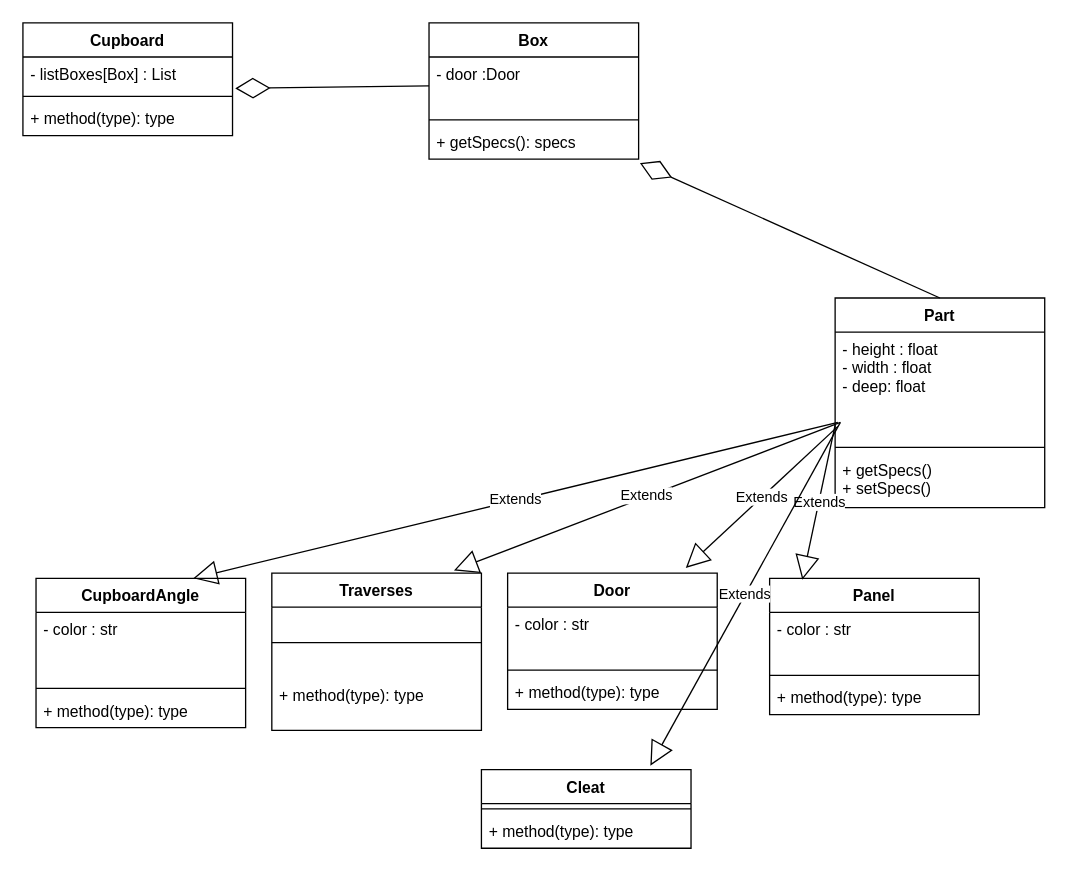
The draw.io diagram DiagrammeClasseKitbox.drawio in QuentinSoffie/kitbox, before the edit. Source tidied: cells renumbered, new cells numbered last; positions are measured from the earlier drawing's top-left corner, leaving out a move shared by most shapes. Both pictures are drawn from the tidied source at 131%, with x=0, y=0 at pixel (22, 22).
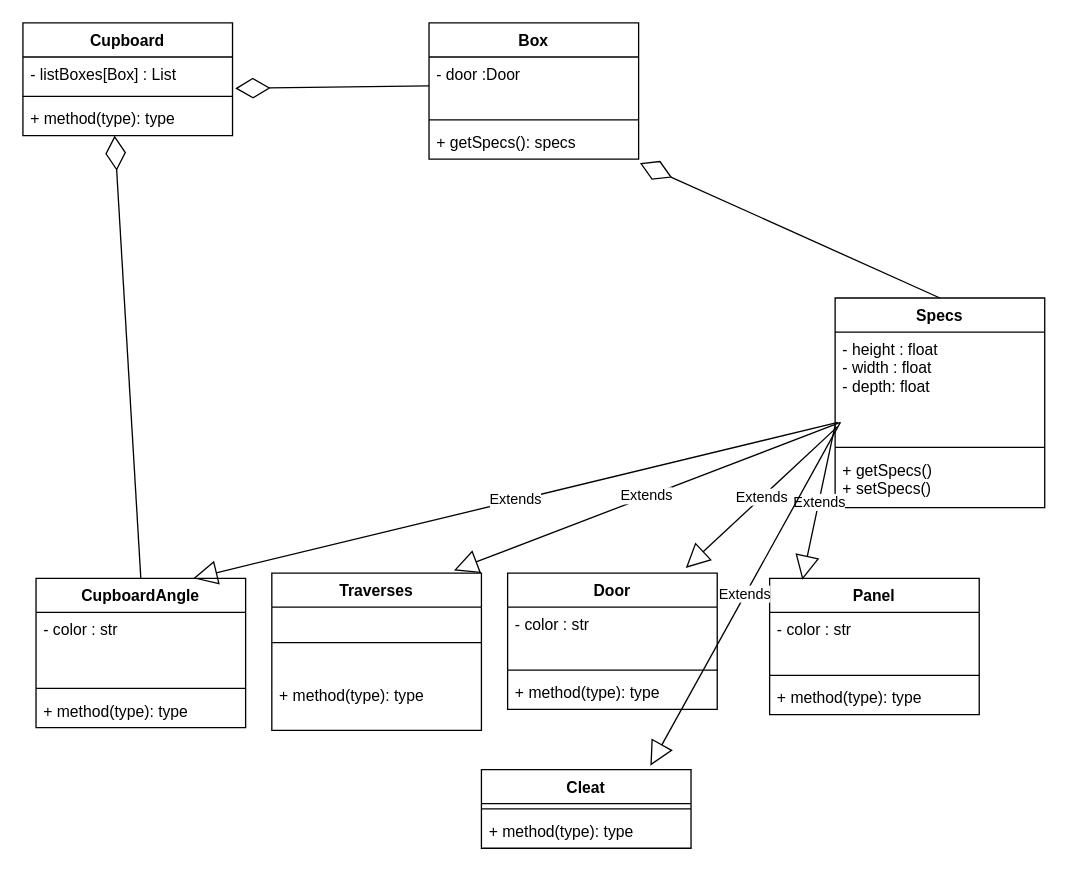
After the change.

Unchanged cells that the change refers to:
```xml
<mxCell id="21" value="CupboardAngle" style="swimlane;fontStyle=1;align=center;verticalAlign=top;horizontal=1;startSize=26;" parent="1" vertex="1">
  <mxGeometry x="10" y="424" width="160" height="114" as="geometry" />
</mxCell>
```

The edit, as a diff of the source:
```diff
@@
-    <mxCell id="14" value="Part&#10;" style="swimlane;fontStyle=1;align=center;verticalAlign=top;horizontal=1;startSize=26;" parent="1" vertex="1">
+    <mxCell id="14" value="Specs" style="swimlane;fontStyle=1;align=center;verticalAlign=top;horizontal=1;startSize=26;" parent="1" vertex="1">
       <mxGeometry x="620" y="210" width="160" height="160" as="geometry" />
     </mxCell>
-    <mxCell id="15" value="- height : float&#10;- width : float&#10;- deep: float&#10;" style="text;strokeColor=none;fillColor=none;align=left;verticalAlign=top;spacingLeft=4;spacingRight=4;overflow=hidden;points=[[0,0.5],[1,0.5]];portConstraint=eastwest;" parent="14" vertex="1">
+    <mxCell id="15" value="- height : float&#10;- width : float&#10;- depth: float&#10;" style="text;strokeColor=none;fillColor=none;align=left;verticalAlign=top;spacingLeft=4;spacingRight=4;overflow=hidden;points=[[0,0.5],[1,0.5]];portConstraint=eastwest;" parent="14" vertex="1">
       <mxGeometry y="26" width="160" height="84" as="geometry" />
     </mxCell>
@@
+    <mxCell id="39" style="endArrow=diamondThin;endFill=0;endSize=24;html=1;entryX=1.006;entryY=1.115;entryDx=0;entryDy=0;entryPerimeter=0;exitX=0.5;exitY=0;exitDx=0;exitDy=0;" parent="1" edge="1" source="21">
+      <mxGeometry relative="1" as="geometry">
+        <mxPoint x="70" y="86" as="targetPoint" />
+      </mxGeometry>
+    </mxCell>
```
